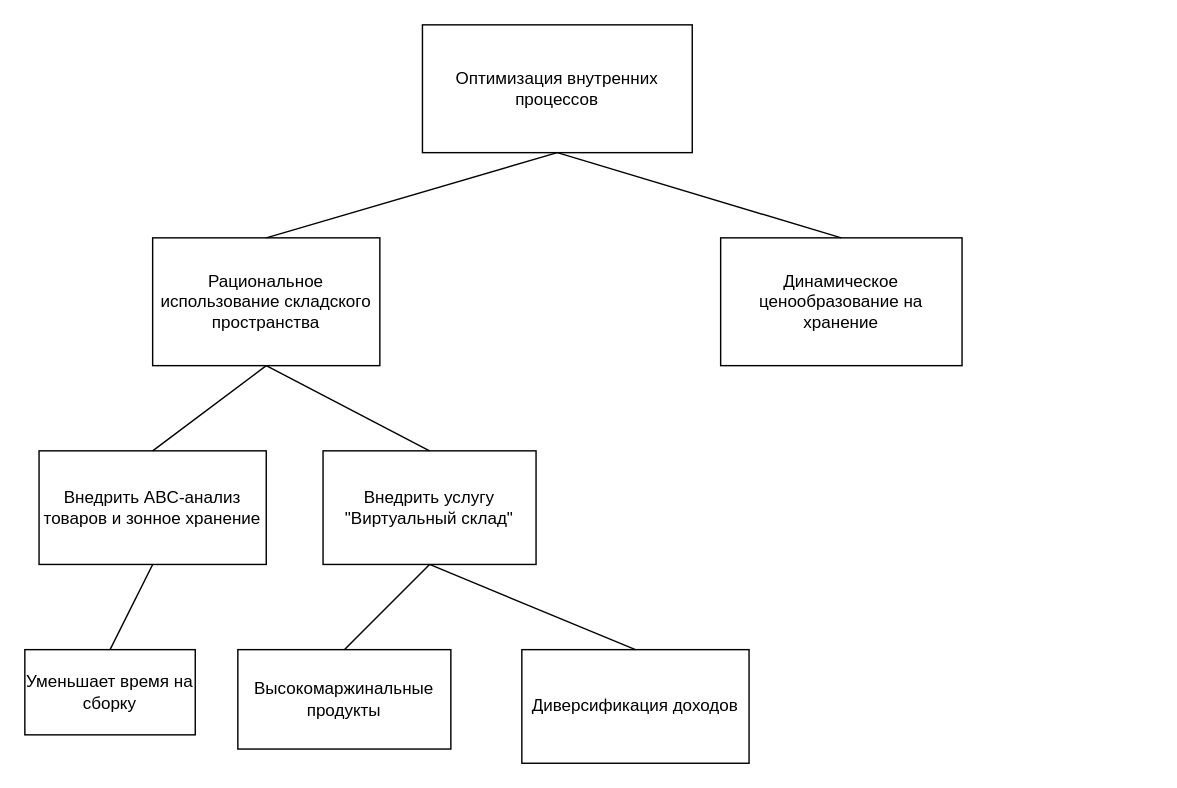
The draw.io diagram ОРТПС_2.drawio in mopsin666/AKMS, before the edit. Source tidied: cells renumbered, new cells numbered last; positions are measured from the earlier drawing's top-left corner, leaving out a move shared by most shapes. Both pictures are drawn from the tidied source at 142%, with x=0, y=0 at pixel (24, 24).
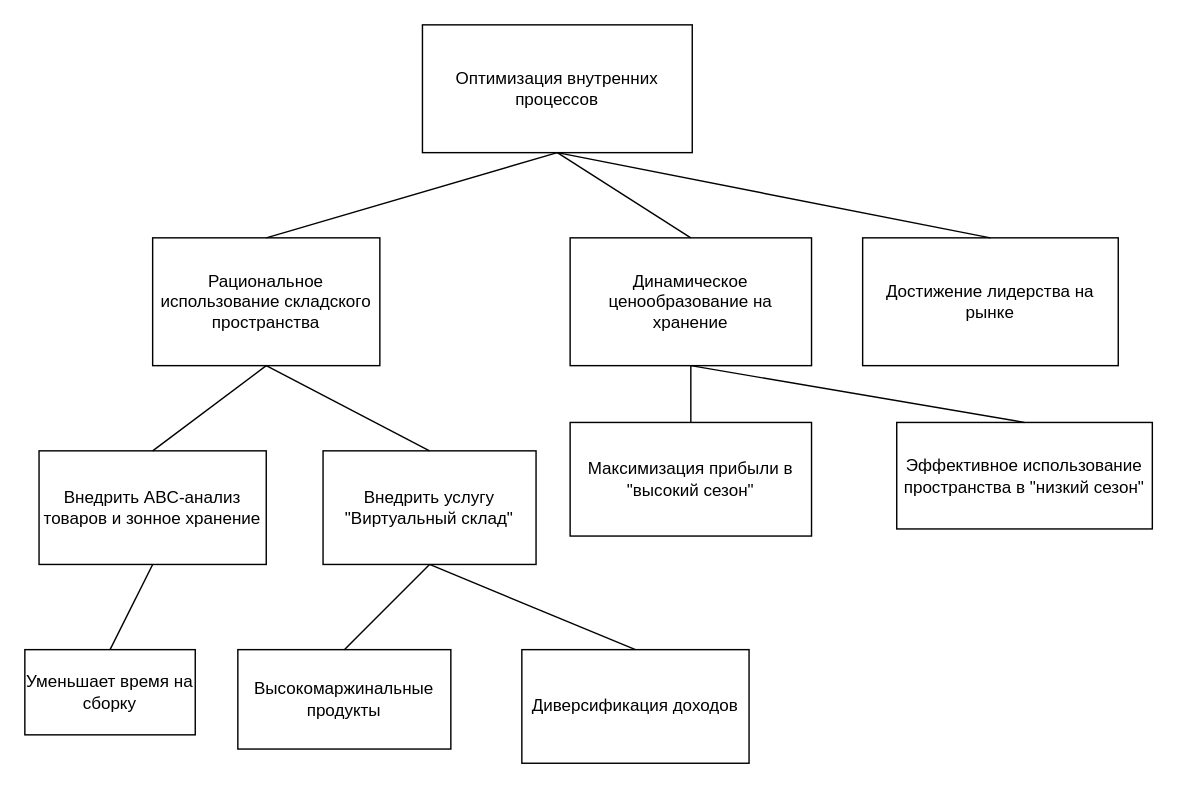
The same diagram, later.

Unchanged cells that the change refers to:
```xml
<mxCell id="2" value="Оптимизация внутренних процессов" style="rounded=0;whiteSpace=wrap;html=1;" parent="1" vertex="1">
  <mxGeometry x="280" width="190" height="90" as="geometry" />
</mxCell>
```

What changed in the source:
```diff
@@
     <mxCell id="15" value="Динамическое ценообразование на хранение" style="rounded=0;whiteSpace=wrap;html=1;" parent="1" vertex="1">
-      <mxGeometry x="490" y="150" width="170" height="90" as="geometry" />
+      <mxGeometry x="384" y="150" width="170" height="90" as="geometry" />
     </mxCell>
@@
+    <mxCell id="17" value="Максимизация прибыли в &quot;высокий сезон&quot;" style="rounded=0;whiteSpace=wrap;html=1;" parent="1" vertex="1">
+      <mxGeometry x="384" y="280" width="170" height="80" as="geometry" />
+    </mxCell>
+    <mxCell id="18" value="Эффективное использование пространства в &quot;низкий сезон&quot;" style="rounded=0;whiteSpace=wrap;html=1;" parent="1" vertex="1">
+      <mxGeometry x="614" y="280" width="180" height="75" as="geometry" />
+    </mxCell>
+    <mxCell id="19" style="endArrow=none;html=1;rounded=0;entryX=0.5;entryY=1;entryDx=0;entryDy=0;exitX=0.5;exitY=0;exitDx=0;exitDy=0;" parent="1" edge="1" source="17" target="15">
+      <mxGeometry relative="1" as="geometry" />
+    </mxCell>
+    <mxCell id="20" style="endArrow=none;html=1;rounded=0;entryX=0.5;entryY=1;entryDx=0;entryDy=0;exitX=0.5;exitY=0;exitDx=0;exitDy=0;" parent="1" edge="1" source="18" target="15">
+      <mxGeometry relative="1" as="geometry" />
+    </mxCell>
+    <mxCell id="21" value="Достижение лидерства на рынке" style="rounded=0;whiteSpace=wrap;html=1;" parent="1" vertex="1">
+      <mxGeometry x="590" y="150" width="180" height="90" as="geometry" />
+    </mxCell>
+    <mxCell id="22" style="endArrow=none;html=1;rounded=0;entryX=0.5;entryY=1;entryDx=0;entryDy=0;exitX=0.5;exitY=0;exitDx=0;exitDy=0;" parent="1" edge="1" source="21" target="2">
+      <mxGeometry relative="1" as="geometry" />
+    </mxCell>
```
